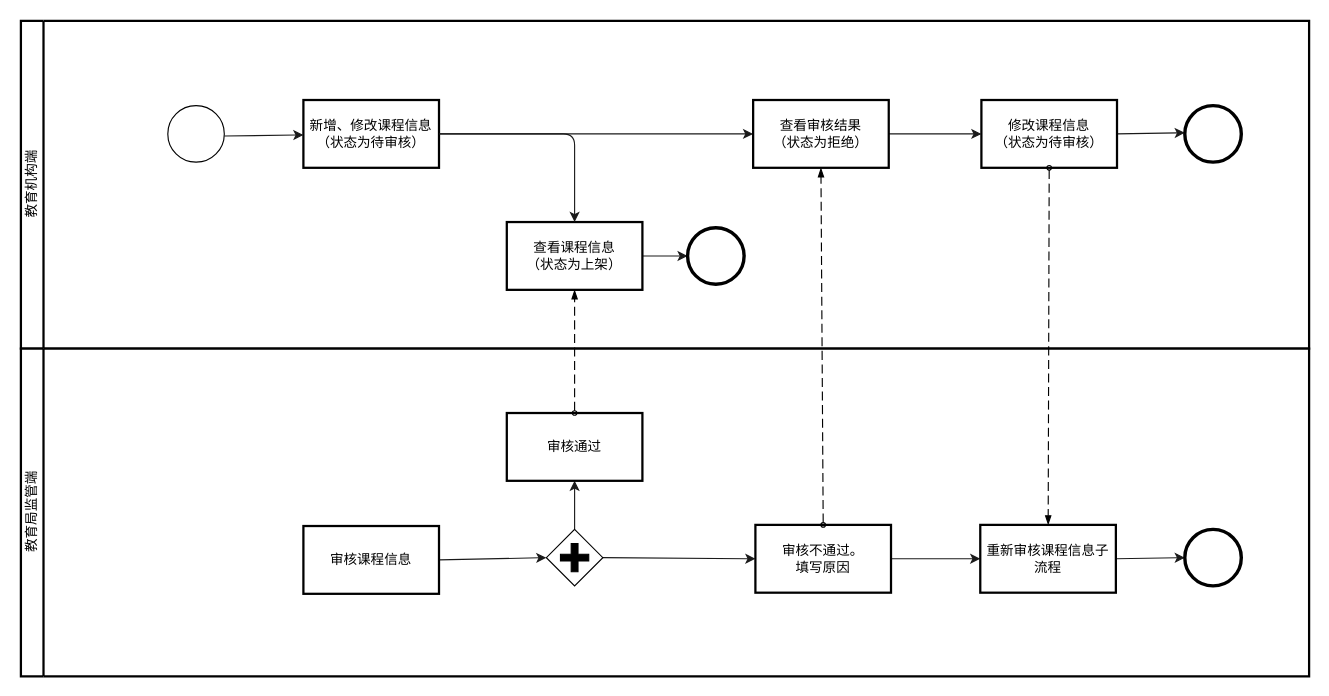
This is page "课程管理" (1 of 4) of docs/资金监管平台流程图.drawio from cuitaocrazy/supervision, a draw.io file, before an edit. Source tidied: cells renumbered, new cells numbered last; positions are measured from the earlier drawing's top-left corner, leaving out a move shared by most shapes. Both pictures are drawn from the tidied source at 113%, with x=0, y=0 at pixel (20, 20).
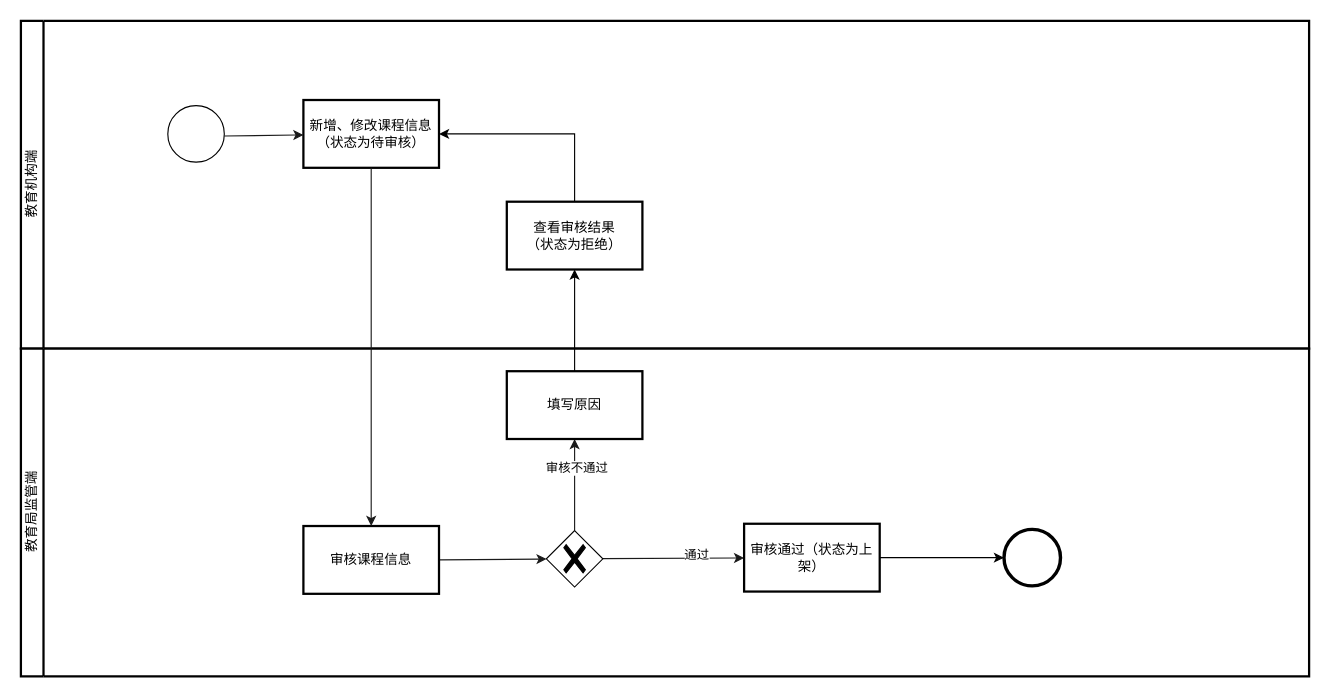
The same page after the edit.

The change refers to these unchanged cells:
```xml
<mxCell id="2" value="教育机构端" style="swimlane;html=1;startSize=20;fontStyle=0;horizontal=0;swimlaneLine=1;swimlaneFillColor=#ffffff;strokeWidth=2;" parent="1" vertex="1">
  <mxGeometry width="1140" height="290" as="geometry" />
</mxCell>
<mxCell id="5" value="新增、修改课程信息&lt;br&gt;（状态为待审核）" style="whiteSpace=wrap;html=1;strokeWidth=2;" parent="2" vertex="1">
  <mxGeometry x="250" y="70" width="120" height="60" as="geometry" />
</mxCell>
<mxCell id="16" value="教育局监管端" style="swimlane;html=1;startSize=20;fontStyle=0;horizontal=0;swimlaneLine=1;swimlaneFillColor=#ffffff;strokeWidth=2;" parent="1" vertex="1">
  <mxGeometry y="290" width="1140" height="290" as="geometry" />
</mxCell>
<mxCell id="18" value="审核课程信息" style="whiteSpace=wrap;html=1;strokeWidth=2;" parent="16" vertex="1">
  <mxGeometry x="250" y="157" width="120" height="60" as="geometry" />
</mxCell>
```

The edit, as a diff of the source:
```diff
@@
-    <mxCell id="4" style="edgeStyle=orthogonalEdgeStyle;html=1;exitX=1;exitY=0.5;exitDx=0;exitDy=0;entryX=0;entryY=0.5;entryDx=0;entryDy=0;strokeColor=#1A1A1A;" parent="2" edge="1" source="5" target="10">
-      <mxGeometry relative="1" as="geometry" />
-    </mxCell>
@@
-    <mxCell id="6" style="edgeStyle=none;html=1;exitX=1;exitY=0.5;exitDx=0;exitDy=0;entryX=0;entryY=0.5;entryDx=0;entryDy=0;entryPerimeter=0;strokeColor=#1A1A1A;" parent="2" edge="1" source="7">
-      <mxGeometry relative="1" as="geometry">
-        <mxPoint x="590" y="208" as="targetPoint" />
-      </mxGeometry>
-    </mxCell>
-    <mxCell id="7" value="查看课程信息&lt;br&gt;（状态为上架）" style="whiteSpace=wrap;html=1;strokeWidth=2;" parent="2" vertex="1">
-      <mxGeometry x="430" y="178" width="120" height="60" as="geometry" />
-    </mxCell>
-    <mxCell id="8" style="edgeStyle=orthogonalEdgeStyle;html=1;strokeColor=#1A1A1A;" parent="2" edge="1" source="5" target="7">
-      <mxGeometry relative="1" as="geometry" />
-    </mxCell>
-    <mxCell id="9" style="edgeStyle=none;html=1;exitX=1;exitY=0.5;exitDx=0;exitDy=0;entryX=0;entryY=0.5;entryDx=0;entryDy=0;strokeColor=#1A1A1A;" parent="2" edge="1" source="10" target="12">
-      <mxGeometry relative="1" as="geometry" />
-    </mxCell>
+    <mxCell id="13" style="shape=mxgraph.bpmn.event;html=1;verticalLabelPosition=bottom;labelBackgroundColor=#ffffff;verticalAlign=top;align=center;perimeter=ellipsePerimeter;outline=standard;symbol=general;" parent="2" vertex="1">
+      <mxGeometry x="130" y="75" width="50" height="50" as="geometry" />
+    </mxCell>
+    <mxCell id="31" style="edgeStyle=orthogonalEdgeStyle;rounded=0;jettySize=auto;html=1;" parent="2" edge="1" source="10" target="5">
+      <mxGeometry relative="1" as="geometry">
+        <Array as="points">
+          <mxPoint x="490" y="100" />
+        </Array>
+      </mxGeometry>
+    </mxCell>
     <mxCell id="10" value="查看审核结果&lt;br&gt;（状态为拒绝）" style="whiteSpace=wrap;html=1;strokeWidth=2;" parent="2" vertex="1">
-      <mxGeometry x="648" y="70" width="120" height="60" as="geometry" />
+      <mxGeometry x="430" y="160" width="120" height="60" as="geometry" />
     </mxCell>
-    <mxCell id="11" style="edgeStyle=none;html=1;exitX=1;exitY=0.5;exitDx=0;exitDy=0;entryX=0;entryY=0.5;entryDx=0;entryDy=0;entryPerimeter=0;strokeColor=#1A1A1A;" parent="2" edge="1" source="12">
-      <mxGeometry relative="1" as="geometry">
-        <mxPoint x="1030" y="99" as="targetPoint" />
-      </mxGeometry>
-    </mxCell>
-    <mxCell id="12" value="修改课程信息&lt;br&gt;（状态为待审核）" style="whiteSpace=wrap;html=1;strokeWidth=2;" parent="2" vertex="1">
-      <mxGeometry x="850" y="70" width="120" height="60" as="geometry" />
-    </mxCell>
-    <mxCell id="13" style="shape=mxgraph.bpmn.event;html=1;verticalLabelPosition=bottom;labelBackgroundColor=#ffffff;verticalAlign=top;align=center;perimeter=ellipsePerimeter;outline=standard;symbol=general;" parent="2" vertex="1">
-      <mxGeometry x="130" y="75" width="50" height="50" as="geometry" />
-    </mxCell>
-    <mxCell id="14" style="points=[[0.145,0.145,0],[0.5,0,0],[0.855,0.145,0],[1,0.5,0],[0.855,0.855,0],[0.5,1,0],[0.145,0.855,0],[0,0.5,0]];shape=mxgraph.bpmn.event;html=1;verticalLabelPosition=bottom;labelBackgroundColor=#ffffff;verticalAlign=top;align=center;perimeter=ellipsePerimeter;outlineConnect=0;outline=end;symbol=terminate2;" parent="2" vertex="1">
-      <mxGeometry x="590" y="183" width="50" height="50" as="geometry" />
-    </mxCell>
-    <mxCell id="15" style="shape=mxgraph.bpmn.event;html=1;verticalLabelPosition=bottom;labelBackgroundColor=#ffffff;verticalAlign=top;align=center;perimeter=ellipsePerimeter;outline=end;symbol=terminate2;" parent="2" vertex="1">
-      <mxGeometry x="1030" y="75" width="50" height="50" as="geometry" />
-    </mxCell>
@@
-    <mxCell id="17" style="edgeStyle=none;html=1;exitX=1;exitY=0.5;exitDx=0;exitDy=0;entryX=0;entryY=0.5;entryDx=0;entryDy=0;entryPerimeter=0;strokeColor=#1A1A1A;" parent="16" edge="1" source="18" target="27">
+    <mxCell id="17" style="edgeStyle=none;html=1;exitX=1;exitY=0.5;exitDx=0;exitDy=0;strokeColor=#1A1A1A;" parent="16" edge="1" source="18" target="35">
       <mxGeometry relative="1" as="geometry" />
     </mxCell>
@@
-    <mxCell id="19" style="edgeStyle=none;html=1;exitX=0.5;exitY=0;exitDx=0;exitDy=0;exitPerimeter=0;entryX=0.5;entryY=1;entryDx=0;entryDy=0;strokeColor=#1A1A1A;" parent="16" edge="1" source="27" target="21">
+    <mxCell id="19" style="edgeStyle=none;html=1;strokeColor=#1A1A1A;" parent="16" edge="1" source="35" target="21">
       <mxGeometry relative="1" as="geometry" />
     </mxCell>
+    <mxCell id="32" value="通过" style="edgeLabel;html=1;align=center;verticalAlign=middle;" parent="19" vertex="1">
+      <mxGeometry x="0.33" y="3" relative="1" as="geometry" />
+    </mxCell>
-    <mxCell id="20" style="edgeStyle=none;html=1;exitX=1;exitY=0.5;exitDx=0;exitDy=0;exitPerimeter=0;entryX=0;entryY=0.5;entryDx=0;entryDy=0;strokeColor=#1A1A1A;" parent="16" edge="1" source="27" target="23">
+    <mxCell id="20" style="edgeStyle=none;html=1;strokeColor=#1A1A1A;" parent="16" edge="1" source="35" target="23">
       <mxGeometry relative="1" as="geometry" />
     </mxCell>
+    <mxCell id="33" value="审核不通过" style="edgeLabel;html=1;align=center;verticalAlign=middle;" parent="20" vertex="1">
+      <mxGeometry x="0.38" y="-1" relative="1" as="geometry" />
+    </mxCell>
-    <mxCell id="21" value="审核通过" style="whiteSpace=wrap;html=1;strokeWidth=2;" parent="16" vertex="1">
-      <mxGeometry x="430" y="57" width="120" height="60" as="geometry" />
+    <mxCell id="21" value="审核通过（状态为上架）" style="whiteSpace=wrap;html=1;strokeWidth=2;" parent="16" vertex="1">
+      <mxGeometry x="640" y="155" width="120" height="60" as="geometry" />
     </mxCell>
-    <mxCell id="22" style="edgeStyle=orthogonalEdgeStyle;html=1;exitX=1;exitY=0.5;exitDx=0;exitDy=0;strokeColor=#1A1A1A;" parent="16" edge="1" source="23" target="25">
-      <mxGeometry relative="1" as="geometry" />
-    </mxCell>
-    <mxCell id="23" value="审核不通过。&lt;br&gt;填写原因" style="whiteSpace=wrap;html=1;strokeWidth=2;" parent="16" vertex="1">
-      <mxGeometry x="650" y="156" width="120" height="60" as="geometry" />
+    <mxCell id="23" value="填写原因" style="whiteSpace=wrap;html=1;strokeWidth=2;" parent="16" vertex="1">
+      <mxGeometry x="430" y="20" width="120" height="60" as="geometry" />
     </mxCell>
-    <mxCell id="24" style="edgeStyle=none;html=1;exitX=1;exitY=0.5;exitDx=0;exitDy=0;strokeColor=#1A1A1A;entryX=0;entryY=0.5;entryDx=0;entryDy=0;entryPerimeter=0;" parent="16" edge="1" source="25" target="26">
-      <mxGeometry relative="1" as="geometry" />
-    </mxCell>
-    <mxCell id="25" value="重新审核课程信息子流程" style="whiteSpace=wrap;html=1;strokeWidth=2;" parent="16" vertex="1">
-      <mxGeometry x="849" y="156" width="120" height="60" as="geometry" />
-    </mxCell>
-    <mxCell id="26" style="points=[[0.145,0.145,0],[0.5,0,0],[0.855,0.145,0],[1,0.5,0],[0.855,0.855,0],[0.5,1,0],[0.145,0.855,0],[0,0.5,0]];shape=mxgraph.bpmn.event;html=1;verticalLabelPosition=bottom;labelBackgroundColor=#ffffff;verticalAlign=top;align=center;perimeter=ellipsePerimeter;outlineConnect=0;outline=end;symbol=terminate2;" parent="16" vertex="1">
-      <mxGeometry x="1030" y="160" width="50" height="50" as="geometry" />
-    </mxCell>
-    <mxCell id="27" style="points=[[0.25,0.25,0],[0.5,0,0],[0.75,0.25,0],[1,0.5,0],[0.75,0.75,0],[0.5,1,0],[0.25,0.75,0],[0,0.5,0]];shape=mxgraph.bpmn.gateway2;html=1;verticalLabelPosition=bottom;labelBackgroundColor=#ffffff;verticalAlign=top;align=center;perimeter=rhombusPerimeter;outlineConnect=0;outline=none;symbol=none;gwType=parallel;" parent="16" vertex="1">
-      <mxGeometry x="465" y="160" width="50" height="50" as="geometry" />
-    </mxCell>
+    <mxCell id="34" style="edgeStyle=orthogonalEdgeStyle;rounded=0;jettySize=auto;html=1;" parent="16" edge="1" source="21" target="14">
+      <mxGeometry relative="1" as="geometry" />
+    </mxCell>
+    <mxCell id="14" style="points=[[0.145,0.145,0],[0.5,0,0],[0.855,0.145,0],[1,0.5,0],[0.855,0.855,0],[0.5,1,0],[0.145,0.855,0],[0,0.5,0]];shape=mxgraph.bpmn.event;html=1;verticalLabelPosition=bottom;labelBackgroundColor=#ffffff;verticalAlign=top;align=center;perimeter=ellipsePerimeter;outlineConnect=0;outline=end;symbol=terminate2;" parent="16" vertex="1">
+      <mxGeometry x="870" y="160" width="50" height="50" as="geometry" />
+    </mxCell>
+    <mxCell id="35" style="points=[[0.25,0.25,0],[0.5,0,0],[0.75,0.25,0],[1,0.5,0],[0.75,0.75,0],[0.5,1,0],[0.25,0.75,0],[0,0.5,0]];shape=mxgraph.bpmn.gateway2;html=1;verticalLabelPosition=bottom;labelBackgroundColor=#ffffff;verticalAlign=top;align=center;perimeter=rhombusPerimeter;outlineConnect=0;outline=none;symbol=none;gwType=exclusive;" parent="16" vertex="1">
+      <mxGeometry x="465" y="161" width="50" height="50" as="geometry" />
+    </mxCell>
+    <mxCell id="8" style="edgeStyle=orthogonalEdgeStyle;html=1;strokeColor=#1A1A1A;" parent="1" edge="1" source="5" target="18">
+      <mxGeometry relative="1" as="geometry" />
+    </mxCell>
-    <mxCell id="28" style="dashed=1;dashPattern=8 4;endArrow=blockThin;endFill=1;startArrow=oval;startFill=0;endSize=6;startSize=4;rounded=0;exitX=0.5;exitY=0;exitDx=0;exitDy=0;entryX=0.5;entryY=1;entryDx=0;entryDy=0;" parent="1" edge="1" source="23" target="10">
+    <mxCell id="28" style="edgeStyle=orthogonalEdgeStyle;rounded=0;jettySize=auto;html=1;" parent="1" edge="1" source="23" target="10">
       <mxGeometry relative="1" as="geometry" />
     </mxCell>
-    <mxCell id="29" style="dashed=1;dashPattern=8 4;endArrow=blockThin;endFill=1;startArrow=oval;startFill=0;endSize=6;startSize=4;rounded=0;exitX=0.5;exitY=1;exitDx=0;exitDy=0;" parent="1" edge="1" source="12" target="25">
-      <mxGeometry relative="1" as="geometry" />
-    </mxCell>
-    <mxCell id="30" style="dashed=1;dashPattern=8 4;endArrow=blockThin;endFill=1;startArrow=oval;startFill=0;endSize=6;startSize=4;rounded=0;exitX=0.5;exitY=0;exitDx=0;exitDy=0;" parent="1" edge="1" source="21" target="7">
-      <mxGeometry relative="1" as="geometry" />
-    </mxCell>
```
